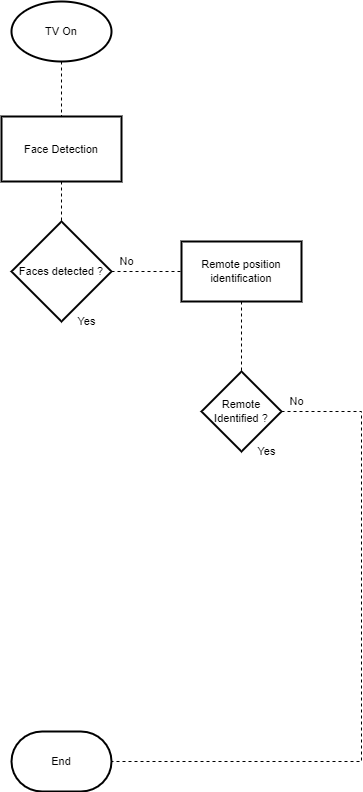
vibhanshuDhote/diagrams keeps this draw.io diagram as TV_multiple_person_single_viewer.drawio.png. Above is the earlier version. Source tidied: cells renumbered, new cells last; positions are measured from the earlier drawing's top-left corner, leaving out a move shared by most shapes.
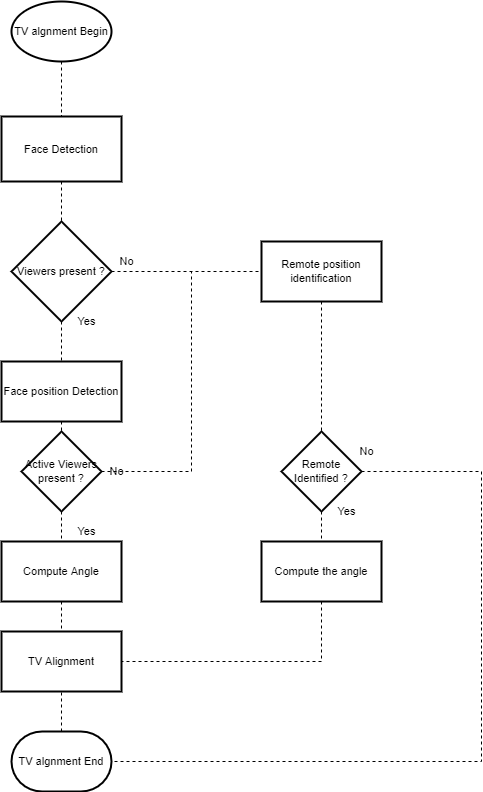
The same file after the commit.

What changed in the source:
```diff
@@ -5,7 +5,7 @@
     <mxCell id="2" style="edgeStyle=none;rounded=0;jettySize=auto;html=1;dashed=1;labelBackgroundColor=default;fontFamily=Helvetica;fontSize=11;fontColor=default;endArrow=none;strokeColor=default;" parent="1" edge="1" source="3" target="5">
       <mxGeometry relative="1" as="geometry" />
     </mxCell>
-    <mxCell id="3" value="TV On" style="strokeWidth=2;html=1;shape=mxgraph.flowchart.start_1;whiteSpace=wrap;fontFamily=Helvetica;fontSize=11;fontColor=default;" parent="1" vertex="1">
+    <mxCell id="3" value="TV algnment Begin" style="strokeWidth=2;html=1;shape=mxgraph.flowchart.start_1;whiteSpace=wrap;fontFamily=Helvetica;fontSize=11;fontColor=default;" parent="1" vertex="1">
       <mxGeometry x="10" width="100" height="60" as="geometry" />
     </mxCell>
     <mxCell id="4" style="edgeStyle=none;rounded=0;jettySize=auto;html=1;dashed=1;labelBackgroundColor=default;fontFamily=Helvetica;fontSize=11;fontColor=default;endArrow=none;strokeColor=default;" parent="1" edge="1" source="5" target="7">
@@ -17,14 +17,17 @@
     <mxCell id="6" style="edgeStyle=none;rounded=0;jettySize=auto;html=1;dashed=1;labelBackgroundColor=default;fontFamily=Helvetica;fontSize=11;fontColor=default;endArrow=none;strokeColor=default;" parent="1" edge="1" source="7" target="9">
       <mxGeometry relative="1" as="geometry" />
     </mxCell>
+    <mxCell id="17" style="edgeStyle=none;rounded=0;jettySize=auto;html=1;dashed=1;labelBackgroundColor=default;fontFamily=Helvetica;fontSize=11;fontColor=default;endArrow=none;strokeColor=default;" parent="1" edge="1" source="7" target="24">
+      <mxGeometry relative="1" as="geometry" />
+    </mxCell>
-    <mxCell id="7" value="Faces detected ?" style="strokeWidth=2;html=1;shape=mxgraph.flowchart.decision;whiteSpace=wrap;fontFamily=Helvetica;fontSize=11;fontColor=default;" parent="1" vertex="1">
+    <mxCell id="7" value="Viewers present ?" style="strokeWidth=2;html=1;shape=mxgraph.flowchart.decision;whiteSpace=wrap;fontFamily=Helvetica;fontSize=11;fontColor=default;" parent="1" vertex="1">
       <mxGeometry x="10" y="220" width="100" height="100" as="geometry" />
     </mxCell>
     <mxCell id="8" style="edgeStyle=none;rounded=0;jettySize=auto;html=1;dashed=1;labelBackgroundColor=default;fontFamily=Helvetica;fontSize=11;fontColor=default;endArrow=none;strokeColor=default;" parent="1" edge="1" source="9" target="12">
       <mxGeometry relative="1" as="geometry" />
     </mxCell>
     <mxCell id="9" value="Remote position identification" style="whiteSpace=wrap;html=1;fontSize=11;strokeWidth=2;" parent="1" vertex="1">
-      <mxGeometry x="180" y="240" width="120" height="60" as="geometry" />
+      <mxGeometry x="260" y="240" width="120" height="60" as="geometry" />
     </mxCell>
     <mxCell id="10" value="No" style="text;html=1;align=center;verticalAlign=middle;fillColor=none;strokeColor=none;rounded=0;fontFamily=Helvetica;fontSize=11;fontColor=default;" parent="1" vertex="1">
       <mxGeometry x="110" y="250" width="30" height="20" as="geometry" />
@@ -32,25 +35,76 @@
     <mxCell id="11" value="Yes" style="text;html=1;align=center;verticalAlign=middle;fillColor=none;strokeColor=none;rounded=0;fontFamily=Helvetica;fontSize=11;fontColor=default;" parent="1" vertex="1">
       <mxGeometry x="70" y="310" width="30" height="20" as="geometry" />
     </mxCell>
+    <mxCell id="18" style="edgeStyle=none;rounded=0;jettySize=auto;html=1;dashed=1;labelBackgroundColor=default;fontFamily=Helvetica;fontSize=11;fontColor=default;endArrow=none;strokeColor=default;" parent="1" edge="1" source="12" target="21">
+      <mxGeometry relative="1" as="geometry" />
+    </mxCell>
     <mxCell id="12" value="Remote Identified ?" style="rhombus;whiteSpace=wrap;html=1;fontSize=11;strokeWidth=2;" parent="1" vertex="1">
-      <mxGeometry x="200" y="370" width="80" height="80" as="geometry" />
+      <mxGeometry x="280" y="430" width="80" height="80" as="geometry" />
     </mxCell>
     <mxCell id="13" style="edgeStyle=none;rounded=0;jettySize=auto;html=1;entryX=1;entryY=0.5;entryDx=0;entryDy=0;entryPerimeter=0;dashed=1;labelBackgroundColor=default;fontFamily=Helvetica;fontSize=11;fontColor=default;endArrow=none;strokeColor=default;exitX=1;exitY=0.5;exitDx=0;exitDy=0;" parent="1" edge="1" source="12" target="16">
       <mxGeometry relative="1" as="geometry">
         <Array as="points">
-          <mxPoint x="360" y="410" />
-          <mxPoint x="360" y="760" />
+          <mxPoint x="480" y="470" />
+          <mxPoint x="480" y="760" />
         </Array>
       </mxGeometry>
     </mxCell>
     <mxCell id="14" value="No" style="text;html=1;align=center;verticalAlign=middle;fillColor=none;strokeColor=none;rounded=0;fontFamily=Helvetica;fontSize=11;fontColor=default;" parent="1" vertex="1">
-      <mxGeometry x="280" y="390" width="30" height="20" as="geometry" />
+      <mxGeometry x="350" y="440" width="30" height="20" as="geometry" />
     </mxCell>
     <mxCell id="15" value="Yes" style="text;html=1;align=center;verticalAlign=middle;fillColor=none;strokeColor=none;rounded=0;fontFamily=Helvetica;fontSize=11;fontColor=default;" parent="1" vertex="1">
-      <mxGeometry x="250" y="440" width="30" height="20" as="geometry" />
+      <mxGeometry x="330" y="500" width="30" height="20" as="geometry" />
     </mxCell>
+    <mxCell id="19" style="edgeStyle=none;rounded=0;jettySize=auto;html=1;dashed=1;labelBackgroundColor=default;fontFamily=Helvetica;fontSize=11;fontColor=default;endArrow=none;strokeColor=default;" parent="1" edge="1" source="16" target="22">
+      <mxGeometry relative="1" as="geometry" />
+    </mxCell>
-    <mxCell id="16" value="End" style="strokeWidth=2;html=1;shape=mxgraph.flowchart.terminator;whiteSpace=wrap;rounded=0;fontFamily=Helvetica;fontSize=11;fontColor=default;" parent="1" vertex="1">
+    <mxCell id="16" value="TV algnment End" style="strokeWidth=2;html=1;shape=mxgraph.flowchart.terminator;whiteSpace=wrap;rounded=0;fontFamily=Helvetica;fontSize=11;fontColor=default;" parent="1" vertex="1">
       <mxGeometry x="10" y="730" width="100" height="60" as="geometry" />
     </mxCell>
+    <mxCell id="20" style="edgeStyle=none;rounded=0;jettySize=auto;html=1;entryX=1;entryY=0.5;entryDx=0;entryDy=0;dashed=1;labelBackgroundColor=default;fontFamily=Helvetica;fontSize=11;fontColor=default;endArrow=none;strokeColor=default;" parent="1" edge="1" source="21" target="22">
+      <mxGeometry relative="1" as="geometry">
+        <Array as="points">
+          <mxPoint x="320" y="660" />
+        </Array>
+      </mxGeometry>
+    </mxCell>
+    <mxCell id="21" value="Compute the angle" style="whiteSpace=wrap;html=1;fontSize=11;strokeWidth=2;" parent="1" vertex="1">
+      <mxGeometry x="260" y="540" width="120" height="60" as="geometry" />
+    </mxCell>
+    <mxCell id="22" value="TV Alignment" style="whiteSpace=wrap;html=1;fontSize=11;strokeWidth=2;rounded=0;" parent="1" vertex="1">
+      <mxGeometry y="630" width="120" height="60" as="geometry" />
+    </mxCell>
+    <mxCell id="23" style="edgeStyle=none;rounded=0;jettySize=auto;html=1;dashed=1;labelBackgroundColor=default;fontFamily=Helvetica;fontSize=11;fontColor=default;endArrow=none;strokeColor=default;" parent="1" edge="1" source="24" target="27">
+      <mxGeometry relative="1" as="geometry" />
+    </mxCell>
+    <mxCell id="24" value="Face position Detection" style="whiteSpace=wrap;html=1;fontSize=11;strokeWidth=2;" parent="1" vertex="1">
+      <mxGeometry y="360" width="120" height="60" as="geometry" />
+    </mxCell>
+    <mxCell id="25" style="edgeStyle=none;rounded=0;jettySize=auto;html=1;dashed=1;labelBackgroundColor=default;fontFamily=Helvetica;fontSize=11;fontColor=default;endArrow=none;strokeColor=default;" parent="1" edge="1" source="27">
+      <mxGeometry relative="1" as="geometry">
+        <mxPoint x="190" y="270" as="targetPoint" />
+        <Array as="points">
+          <mxPoint x="190" y="470" />
+        </Array>
+      </mxGeometry>
+    </mxCell>
+    <mxCell id="26" style="edgeStyle=none;rounded=0;jettySize=auto;html=1;dashed=1;labelBackgroundColor=default;fontFamily=Helvetica;fontSize=11;fontColor=default;endArrow=none;strokeColor=default;" parent="1" edge="1" source="27" target="31">
+      <mxGeometry relative="1" as="geometry" />
+    </mxCell>
+    <mxCell id="27" value="Active Viewers present ?" style="rhombus;whiteSpace=wrap;html=1;fontSize=11;strokeWidth=2;" parent="1" vertex="1">
+      <mxGeometry x="20" y="430" width="80" height="80" as="geometry" />
+    </mxCell>
+    <mxCell id="28" value="No" style="text;html=1;align=center;verticalAlign=middle;fillColor=none;strokeColor=none;rounded=0;fontFamily=Helvetica;fontSize=11;fontColor=default;" parent="1" vertex="1">
+      <mxGeometry x="100" y="460" width="30" height="20" as="geometry" />
+    </mxCell>
+    <mxCell id="29" value="Yes" style="text;html=1;align=center;verticalAlign=middle;fillColor=none;strokeColor=none;rounded=0;fontFamily=Helvetica;fontSize=11;fontColor=default;" parent="1" vertex="1">
+      <mxGeometry x="70" y="520" width="30" height="20" as="geometry" />
+    </mxCell>
+    <mxCell id="30" style="edgeStyle=none;rounded=0;jettySize=auto;html=1;entryX=0.5;entryY=0;entryDx=0;entryDy=0;dashed=1;labelBackgroundColor=default;fontFamily=Helvetica;fontSize=11;fontColor=default;endArrow=none;strokeColor=default;" parent="1" edge="1" source="31" target="22">
+      <mxGeometry relative="1" as="geometry" />
+    </mxCell>
+    <mxCell id="31" value="Compute Angle" style="whiteSpace=wrap;html=1;fontSize=11;strokeWidth=2;" parent="1" vertex="1">
+      <mxGeometry y="540" width="120" height="60" as="geometry" />
+    </mxCell>
   </root>
 </mxGraphModel>
```
